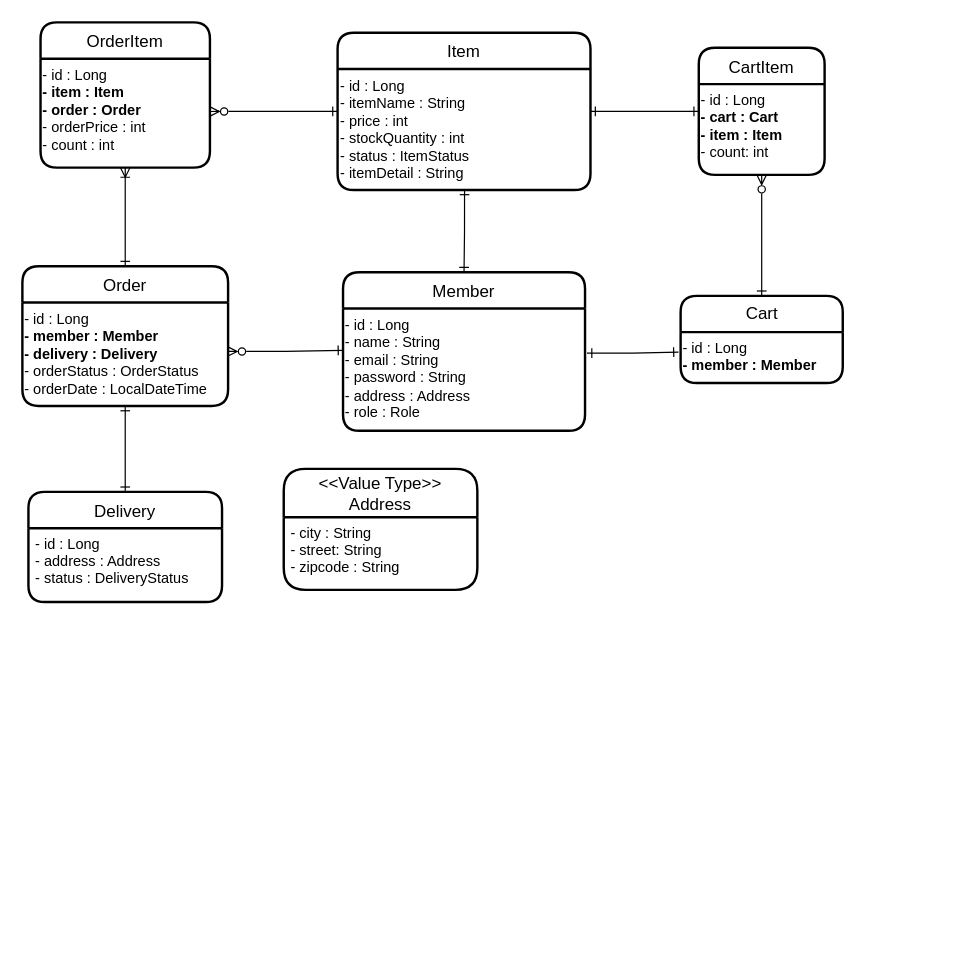
Before: entity_diagram.drawio in dlwldyd/shop, a draw.io diagram. Source tidied: cells renumbered, new cells numbered last; positions are measured from the earlier drawing's top-left corner, leaving out a move shared by most shapes. Both pictures are drawn from the tidied source at 121%, with x=0, y=0 at pixel (22, 22).
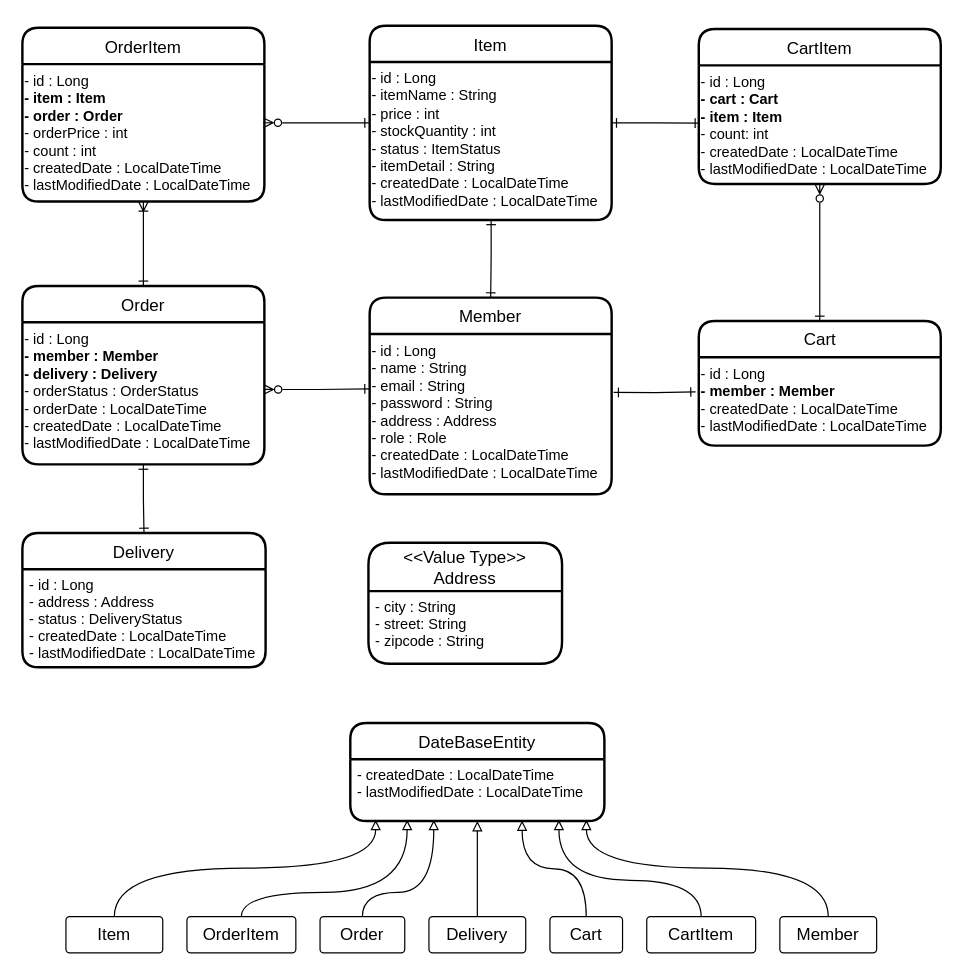
After the change.

The edit, as a diff of the source:
```diff
@@
-    <mxCell id="2" style="edgeStyle=orthogonalEdgeStyle;rounded=0;jettySize=auto;html=1;entryX=0;entryY=0.5;entryDx=0;entryDy=0;startArrow=ERone;startFill=0;endArrow=ERone;endFill=0;" parent="1" edge="1" source="17" target="20">
+    <mxCell id="2" style="edgeStyle=orthogonalEdgeStyle;rounded=0;jettySize=auto;html=1;entryX=0.005;entryY=0.53;entryDx=0;entryDy=0;startArrow=ERone;startFill=0;endArrow=ERone;endFill=0;entryPerimeter=0;" parent="1" edge="1" source="17" target="21">
       <mxGeometry relative="1" as="geometry" />
     </mxCell>
@@
-    <mxCell id="7" style="edgeStyle=orthogonalEdgeStyle;rounded=0;jettySize=auto;html=1;entryX=0.998;entryY=0.485;entryDx=0;entryDy=0;entryPerimeter=0;startArrow=ERone;startFill=0;endArrow=ERzeroToMany;endFill=0;exitX=0;exitY=0.5;exitDx=0;exitDy=0;" parent="1" edge="1" source="17" target="16">
+    <mxCell id="7" style="edgeStyle=orthogonalEdgeStyle;rounded=0;jettySize=auto;html=1;entryX=0.996;entryY=0.427;entryDx=0;entryDy=0;entryPerimeter=0;startArrow=ERone;startFill=0;endArrow=ERzeroToMany;endFill=0;exitX=0;exitY=0.5;exitDx=0;exitDy=0;" parent="1" edge="1" source="17" target="16">
       <mxGeometry relative="1" as="geometry" />
     </mxCell>
     <mxCell id="8" value="&lt;&lt;Value Type&gt;&gt;&#10;Address" style="swimlane;horizontal=1;startSize=40;rounded=1;fontSize=14;fontStyle=0;strokeWidth=2;shadow=0;dashed=0;align=center;glass=0;sketch=0;fillColor=none;html=0;" parent="1" vertex="1">
-      <mxGeometry x="216" y="369" width="160" height="100" as="geometry" />
+      <mxGeometry x="286" y="430" width="160" height="100" as="geometry" />
     </mxCell>
@@
     <mxCell id="10" value="Delivery" style="swimlane;horizontal=1;startSize=30;rounded=1;fontSize=14;fontStyle=0;strokeWidth=2;shadow=0;dashed=0;align=center;glass=0;sketch=0;fillColor=none;html=0;" parent="1" vertex="1">
-      <mxGeometry x="5" y="388" width="160" height="91" as="geometry" />
+      <mxGeometry y="422" width="201" height="111" as="geometry" />
     </mxCell>
+    <mxCell id="27" value="- id : Long&#10;- address : Address&#10;- status : DeliveryStatus&#10;- createdDate : LocalDateTime&#10;- lastModifiedDate : LocalDateTime" style="align=left;strokeColor=none;fillColor=none;spacingLeft=4;fontSize=12;verticalAlign=top;rounded=0;shadow=0;glass=0;sketch=0;html=0;" parent="10" vertex="1">
+      <mxGeometry y="30" width="201" height="81" as="geometry" />
+    </mxCell>
@@
     <mxCell id="12" value="Order" style="swimlane;horizontal=1;startSize=30;rounded=1;fontSize=14;fontStyle=0;strokeWidth=2;shadow=0;dashed=0;align=center;" parent="1" vertex="1">
-      <mxGeometry y="201.5" width="170" height="115.5" as="geometry" />
+      <mxGeometry y="217.8" width="200" height="147.5" as="geometry" />
     </mxCell>
-    <mxCell id="13" value="&lt;div&gt;- id : Long&lt;/div&gt;&lt;b&gt;&lt;div&gt;&lt;b&gt;- member : Member&lt;/b&gt;&lt;/div&gt;&lt;div&gt;&lt;b&gt;- delivery : Delivery&lt;/b&gt;&lt;/div&gt;&lt;/b&gt;&lt;div&gt;- orderStatus : OrderStatus&lt;/div&gt;&lt;div&gt;- orderDate : LocalDateTime&lt;/div&gt;" style="text;html=1;align=left;verticalAlign=top;points=[];strokeColor=none;fillColor=none;horizontal=1;" parent="12" vertex="1">
-      <mxGeometry y="30" width="170" height="85.5" as="geometry" />
+    <mxCell id="13" value="&lt;div&gt;- id : Long&lt;/div&gt;&lt;b&gt;&lt;div&gt;&lt;b&gt;- member : Member&lt;/b&gt;&lt;/div&gt;&lt;div&gt;&lt;b&gt;- delivery : Delivery&lt;/b&gt;&lt;/div&gt;&lt;/b&gt;&lt;div&gt;- orderStatus : OrderStatus&lt;/div&gt;&lt;div&gt;- orderDate : LocalDateTime&lt;/div&gt;&lt;div&gt;- createdDate : LocalDateTime&lt;br style=&quot;padding: 0px ; margin: 0px&quot;&gt;- lastModifiedDate : LocalDateTime&lt;br&gt;&lt;/div&gt;" style="text;html=1;align=left;verticalAlign=top;points=[];strokeColor=none;fillColor=none;horizontal=1;" parent="12" vertex="1">
+      <mxGeometry y="30" width="200" height="117.5" as="geometry" />
     </mxCell>
     <mxCell id="14" value="&lt;div style=&quot;text-align: left&quot;&gt;&lt;br&gt;&lt;/div&gt;" style="text;html=1;align=center;verticalAlign=middle;strokeColor=none;fillColor=none;" parent="1" vertex="1">
-      <mxGeometry x="75" y="262.5" width="20" height="20" as="geometry" />
+      <mxGeometry x="75" y="283.5" width="20" height="20" as="geometry" />
     </mxCell>
     <mxCell id="15" value="OrderItem" style="swimlane;horizontal=1;startSize=30;rounded=1;fontSize=14;fontStyle=0;strokeWidth=2;shadow=0;dashed=0;align=center;" parent="1" vertex="1">
-      <mxGeometry x="15" width="140" height="120" as="geometry" />
+      <mxGeometry y="4.5" width="200" height="143.5" as="geometry" />
     </mxCell>
-    <mxCell id="16" value="&lt;div&gt;- id : Long&lt;/div&gt;&lt;div&gt;&lt;b&gt;- item : Item&lt;/b&gt;&lt;/div&gt;&lt;b&gt;&lt;div&gt;&lt;b&gt;- order : Order&lt;/b&gt;&lt;/div&gt;&lt;/b&gt;&lt;div&gt;- orderPrice : int&lt;/div&gt;&lt;div&gt;- count : int&lt;/div&gt;" style="text;html=1;align=left;verticalAlign=top;points=[];strokeColor=none;fillColor=none;" parent="15" vertex="1">
-      <mxGeometry y="30" width="140" height="90" as="geometry" />
+    <mxCell id="16" value="&lt;div&gt;- id : Long&lt;/div&gt;&lt;div&gt;&lt;b&gt;- item : Item&lt;/b&gt;&lt;/div&gt;&lt;b&gt;&lt;div&gt;&lt;b&gt;- order : Order&lt;/b&gt;&lt;/div&gt;&lt;/b&gt;&lt;div&gt;- orderPrice : int&lt;/div&gt;&lt;div&gt;- count : int&lt;/div&gt;&lt;div&gt;- createdDate : LocalDateTime&lt;br style=&quot;padding: 0px ; margin: 0px&quot;&gt;- lastModifiedDate : LocalDateTime&lt;br&gt;&lt;/div&gt;" style="text;html=1;align=left;verticalAlign=top;points=[];strokeColor=none;fillColor=none;" parent="15" vertex="1">
+      <mxGeometry y="30" width="200" height="113.5" as="geometry" />
     </mxCell>
     <mxCell id="17" value="Item" style="swimlane;horizontal=1;startSize=30;rounded=1;fontSize=14;fontStyle=0;strokeWidth=2;shadow=0;dashed=0;align=center;" parent="1" vertex="1">
-      <mxGeometry x="260.5" y="8.5" width="209" height="130" as="geometry" />
+      <mxGeometry x="287" y="2.8" width="200" height="160.5" as="geometry" />
     </mxCell>
-    <mxCell id="18" value="&lt;span style=&quot;&quot;&gt;- id : Long&lt;/span&gt;&lt;br style=&quot;padding: 0px; margin: 0px;&quot;&gt;&lt;span style=&quot;&quot;&gt;- itemName : String&lt;/span&gt;&lt;br style=&quot;padding: 0px; margin: 0px;&quot;&gt;&lt;span style=&quot;&quot;&gt;- price : int&lt;/span&gt;&lt;br style=&quot;padding: 0px; margin: 0px;&quot;&gt;&lt;span style=&quot;&quot;&gt;- stockQuantity : int&lt;/span&gt;&lt;br style=&quot;padding: 0px; margin: 0px;&quot;&gt;&lt;span style=&quot;&quot;&gt;- status : ItemStatus&lt;/span&gt;&lt;br style=&quot;padding: 0px; margin: 0px;&quot;&gt;&lt;span style=&quot;&quot;&gt;- itemDetail : String&lt;/span&gt;" style="text;html=1;align=left;verticalAlign=top;points=[];strokeColor=none;fillColor=none;" parent="17" vertex="1">
-      <mxGeometry y="30" width="209" height="100" as="geometry" />
+    <mxCell id="18" value="&lt;span&gt;- id : Long&lt;/span&gt;&lt;br style=&quot;padding: 0px ; margin: 0px&quot;&gt;&lt;span&gt;- itemName : String&lt;/span&gt;&lt;br style=&quot;padding: 0px ; margin: 0px&quot;&gt;&lt;span&gt;- price : int&lt;/span&gt;&lt;br style=&quot;padding: 0px ; margin: 0px&quot;&gt;&lt;span&gt;- stockQuantity : int&lt;/span&gt;&lt;br style=&quot;padding: 0px ; margin: 0px&quot;&gt;&lt;span&gt;- status : ItemStatus&lt;/span&gt;&lt;br style=&quot;padding: 0px ; margin: 0px&quot;&gt;&lt;span&gt;- itemDetail : String&lt;br&gt;&lt;/span&gt;- createdDate : LocalDateTime&lt;br style=&quot;padding: 0px ; margin: 0px&quot;&gt;- lastModifiedDate : LocalDateTime&lt;span&gt;&lt;br&gt;&lt;/span&gt;" style="text;html=1;align=left;verticalAlign=top;points=[];strokeColor=none;fillColor=none;" parent="17" vertex="1">
+      <mxGeometry y="30" width="200" height="130.5" as="geometry" />
     </mxCell>
@@
     <mxCell id="20" value="CartItem" style="swimlane;horizontal=1;startSize=30;rounded=1;fontSize=14;fontStyle=0;strokeWidth=2;shadow=0;dashed=0;align=center;" parent="1" vertex="1">
-      <mxGeometry x="559" y="21" width="104" height="105" as="geometry" />
+      <mxGeometry x="559" y="5.5" width="200" height="128" as="geometry" />
     </mxCell>
-    <mxCell id="21" value="&lt;div style=&quot;&quot;&gt;- id : Long&lt;/div&gt;&lt;b&gt;&lt;div style=&quot;&quot;&gt;&lt;b&gt;- cart : Cart&lt;/b&gt;&lt;/div&gt;&lt;div style=&quot;&quot;&gt;&lt;b&gt;- item : Item&lt;/b&gt;&lt;/div&gt;&lt;/b&gt;&lt;div style=&quot;&quot;&gt;- count: int&lt;/div&gt;" style="text;html=1;align=left;verticalAlign=top;points=[];strokeColor=none;fillColor=none;" parent="20" vertex="1">
-      <mxGeometry y="30" width="104" height="60" as="geometry" />
+    <mxCell id="21" value="&lt;div&gt;- id : Long&lt;/div&gt;&lt;b&gt;&lt;div&gt;&lt;b&gt;- cart : Cart&lt;/b&gt;&lt;/div&gt;&lt;div&gt;&lt;b&gt;- item : Item&lt;/b&gt;&lt;/div&gt;&lt;/b&gt;&lt;div&gt;- count: int&lt;/div&gt;&lt;div&gt;- createdDate : LocalDateTime&lt;br style=&quot;padding: 0px ; margin: 0px&quot;&gt;- lastModifiedDate : LocalDateTime&lt;br&gt;&lt;/div&gt;" style="text;html=1;align=left;verticalAlign=top;points=[];strokeColor=none;fillColor=none;" parent="20" vertex="1">
+      <mxGeometry y="30" width="200" height="90" as="geometry" />
     </mxCell>
     <mxCell id="22" value="&lt;div style=&quot;text-align: left&quot;&gt;&lt;br&gt;&lt;/div&gt;" style="text;html=1;align=center;verticalAlign=middle;strokeColor=none;fillColor=none;" parent="20" vertex="1">
-      <mxGeometry y="90" width="104" height="15" as="geometry" />
+      <mxGeometry y="120" width="200" height="8" as="geometry" />
     </mxCell>
     <mxCell id="23" value="Cart" style="swimlane;horizontal=1;startSize=30;rounded=1;fontSize=14;fontStyle=0;strokeWidth=2;shadow=0;dashed=0;align=center;html=1;" parent="1" vertex="1">
-      <mxGeometry x="544" y="226" width="134" height="72" as="geometry" />
+      <mxGeometry x="559" y="246.8" width="200" height="103" as="geometry" />
     </mxCell>
-    <mxCell id="24" value="&lt;div style=&quot;&quot;&gt;- id : Long&lt;/div&gt;&lt;b&gt;&lt;div style=&quot;&quot;&gt;&lt;b&gt;- member : Member&lt;/b&gt;&lt;/div&gt;&lt;/b&gt;" style="text;html=1;align=left;verticalAlign=top;points=[];strokeColor=none;fillColor=none;" parent="23" vertex="1">
-      <mxGeometry y="30" width="134" height="42" as="geometry" />
+    <mxCell id="24" value="&lt;div&gt;- id : Long&lt;/div&gt;&lt;b&gt;&lt;div&gt;&lt;b&gt;- member : Member&lt;/b&gt;&lt;/div&gt;&lt;div&gt;&lt;span style=&quot;font-weight: 400&quot;&gt;- createdDate : LocalDateTime&lt;/span&gt;&lt;br style=&quot;padding: 0px ; margin: 0px ; font-weight: 400&quot;&gt;&lt;span style=&quot;font-weight: 400&quot;&gt;- lastModifiedDate : LocalDateTime&lt;/span&gt;&lt;b&gt;&lt;br&gt;&lt;/b&gt;&lt;/div&gt;&lt;/b&gt;" style="text;html=1;align=left;verticalAlign=top;points=[];strokeColor=none;fillColor=none;" parent="23" vertex="1">
+      <mxGeometry y="30" width="200" height="73" as="geometry" />
     </mxCell>
     <mxCell id="25" value="Member" style="swimlane;horizontal=1;startSize=30;rounded=1;fontSize=14;fontStyle=0;strokeWidth=2;shadow=0;dashed=0;align=center;" parent="1" vertex="1">
-      <mxGeometry x="265" y="206.5" width="200" height="131" as="geometry" />
+      <mxGeometry x="287" y="227.5" width="200" height="162.5" as="geometry" />
     </mxCell>
-    <mxCell id="26" value="&lt;span&gt;- id : Long&lt;/span&gt;&lt;br style=&quot;padding: 0px ; margin: 0px&quot;&gt;&lt;span&gt;- name : String&lt;/span&gt;&lt;br style=&quot;padding: 0px ; margin: 0px&quot;&gt;&lt;span&gt;- email : String&lt;/span&gt;&lt;br style=&quot;padding: 0px ; margin: 0px&quot;&gt;&lt;span&gt;- password : String&lt;/span&gt;&lt;br style=&quot;padding: 0px ; margin: 0px&quot;&gt;&lt;span&gt;- address : Address&lt;/span&gt;&lt;br style=&quot;padding: 0px ; margin: 0px&quot;&gt;&lt;span&gt;- role : Role&lt;/span&gt;" style="text;html=1;align=left;verticalAlign=top;points=[];strokeColor=none;fillColor=none;" parent="25" vertex="1">
-      <mxGeometry y="30" width="200" height="101" as="geometry" />
+    <mxCell id="26" value="&lt;span&gt;- id : Long&lt;/span&gt;&lt;br style=&quot;padding: 0px ; margin: 0px&quot;&gt;&lt;span&gt;- name : String&lt;/span&gt;&lt;br style=&quot;padding: 0px ; margin: 0px&quot;&gt;&lt;span&gt;- email : String&lt;/span&gt;&lt;br style=&quot;padding: 0px ; margin: 0px&quot;&gt;&lt;span&gt;- password : String&lt;/span&gt;&lt;br style=&quot;padding: 0px ; margin: 0px&quot;&gt;&lt;span&gt;- address : Address&lt;/span&gt;&lt;br style=&quot;padding: 0px ; margin: 0px&quot;&gt;&lt;span&gt;- role : Role&lt;br&gt;&lt;/span&gt;- createdDate : LocalDateTime&lt;br style=&quot;padding: 0px ; margin: 0px&quot;&gt;- lastModifiedDate : LocalDateTime&lt;span&gt;&lt;br&gt;&lt;/span&gt;" style="text;html=1;align=left;verticalAlign=top;points=[];strokeColor=none;fillColor=none;" parent="25" vertex="1">
+      <mxGeometry y="30" width="200" height="132.5" as="geometry" />
     </mxCell>
-    <mxCell id="27" value="- id : Long&#10;- address : Address&#10;- status : DeliveryStatus" style="align=left;strokeColor=none;fillColor=none;spacingLeft=4;fontSize=12;verticalAlign=top;rounded=0;shadow=0;glass=0;sketch=0;html=0;" parent="1" vertex="1">
-      <mxGeometry x="5" y="418" width="160" height="90" as="geometry" />
-    </mxCell>
+    <mxCell id="28" style="group;" parent="1" vertex="1">
+      <mxGeometry x="36" y="579" width="670" height="190" as="geometry" />
+    </mxCell>
+    <mxCell id="29" value="&lt;span style=&quot;font-size: 14px&quot;&gt;Delivery&lt;/span&gt;" style="rounded=1;arcSize=10;whiteSpace=wrap;html=1;align=center;fontSize=10;" parent="28" vertex="1">
+      <mxGeometry x="300" y="160" width="80" height="30" as="geometry" />
+    </mxCell>
+    <mxCell id="30" value="&lt;span style=&quot;font-size: 14px&quot;&gt;Cart&lt;/span&gt;" style="rounded=1;arcSize=10;whiteSpace=wrap;html=1;align=center;fontSize=10;" parent="28" vertex="1">
+      <mxGeometry x="400" y="160" width="60" height="30" as="geometry" />
+    </mxCell>
+    <mxCell id="31" value="&lt;span style=&quot;font-size: 14px&quot;&gt;CartItem&lt;/span&gt;" style="rounded=1;arcSize=10;whiteSpace=wrap;html=1;align=center;fontSize=10;" parent="28" vertex="1">
+      <mxGeometry x="480" y="160" width="90" height="30" as="geometry" />
+    </mxCell>
+    <mxCell id="32" style="edgeStyle=orthogonalEdgeStyle;curved=1;jettySize=auto;html=1;fontSize=10;endArrow=block;endFill=0;" parent="28" edge="1" source="33">
+      <mxGeometry relative="1" as="geometry">
+        <mxPoint x="304" y="80" as="targetPoint" />
+        <Array as="points">
+          <mxPoint x="245" y="140" />
+          <mxPoint x="304" y="140" />
+        </Array>
+      </mxGeometry>
+    </mxCell>
+    <mxCell id="33" value="&lt;span style=&quot;font-size: 14px&quot;&gt;Order&lt;/span&gt;" style="rounded=1;arcSize=10;whiteSpace=wrap;html=1;align=center;fontSize=10;" parent="28" vertex="1">
+      <mxGeometry x="210" y="160" width="70" height="30" as="geometry" />
+    </mxCell>
+    <mxCell id="34" style="edgeStyle=orthogonalEdgeStyle;curved=1;jettySize=auto;html=1;fontSize=10;endArrow=block;endFill=0;" parent="28" edge="1" source="35">
+      <mxGeometry relative="1" as="geometry">
+        <mxPoint x="282" y="80" as="targetPoint" />
+        <Array as="points">
+          <mxPoint x="145" y="140" />
+          <mxPoint x="282" y="140" />
+        </Array>
+      </mxGeometry>
+    </mxCell>
+    <mxCell id="35" value="&lt;span style=&quot;font-size: 14px&quot;&gt;OrderItem&lt;/span&gt;" style="rounded=1;arcSize=10;whiteSpace=wrap;html=1;align=center;fontSize=10;" parent="28" vertex="1">
+      <mxGeometry x="100" y="160" width="90" height="30" as="geometry" />
+    </mxCell>
+    <mxCell id="36" value="&lt;span style=&quot;font-size: 14px&quot;&gt;Member&lt;/span&gt;" style="rounded=1;arcSize=10;whiteSpace=wrap;html=1;align=center;fontSize=10;" parent="28" vertex="1">
+      <mxGeometry x="590" y="160" width="80" height="30" as="geometry" />
+    </mxCell>
+    <mxCell id="37" style="edgeStyle=orthogonalEdgeStyle;curved=1;jettySize=auto;html=1;fontSize=10;endArrow=block;endFill=0;" parent="28" edge="1" source="38">
+      <mxGeometry relative="1" as="geometry">
+        <mxPoint x="256" y="80" as="targetPoint" />
+        <Array as="points">
+          <mxPoint x="40" y="120" />
+          <mxPoint x="256" y="120" />
+        </Array>
+      </mxGeometry>
+    </mxCell>
+    <mxCell id="38" value="&lt;span style=&quot;font-size: 14px&quot;&gt;Item&lt;br&gt;&lt;/span&gt;" style="rounded=1;arcSize=10;whiteSpace=wrap;html=1;align=center;fontSize=10;" parent="28" vertex="1">
+      <mxGeometry y="160" width="80" height="30" as="geometry" />
+    </mxCell>
+    <mxCell id="39" value="DateBaseEntity" style="swimlane;horizontal=1;startSize=30;rounded=1;fontSize=14;fontStyle=0;strokeWidth=2;shadow=0;dashed=0;align=center;" parent="28" vertex="1">
+      <mxGeometry x="235" width="210" height="81" as="geometry" />
+    </mxCell>
+    <mxCell id="40" value="- createdDate : LocalDateTime&#10;- lastModifiedDate : LocalDateTime" style="align=left;strokeColor=none;fillColor=none;spacingLeft=4;fontSize=12;verticalAlign=top;" parent="39" vertex="1">
+      <mxGeometry y="30" width="210" height="51" as="geometry" />
+    </mxCell>
+    <mxCell id="41" style="edgeStyle=orthogonalEdgeStyle;curved=1;jettySize=auto;html=1;entryX=0.5;entryY=1;entryDx=0;entryDy=0;fontSize=10;endArrow=block;endFill=0;" parent="28" edge="1" source="29" target="40">
+      <mxGeometry relative="1" as="geometry" />
+    </mxCell>
+    <mxCell id="42" style="edgeStyle=orthogonalEdgeStyle;curved=1;jettySize=auto;html=1;entryX=0.676;entryY=0.992;entryDx=0;entryDy=0;entryPerimeter=0;fontSize=10;endArrow=block;endFill=0;" parent="28" edge="1" source="30" target="40">
+      <mxGeometry relative="1" as="geometry" />
+    </mxCell>
+    <mxCell id="43" style="edgeStyle=orthogonalEdgeStyle;curved=1;jettySize=auto;html=1;entryX=0.821;entryY=0.98;entryDx=0;entryDy=0;entryPerimeter=0;fontSize=10;endArrow=block;endFill=0;" parent="28" edge="1" source="31" target="40">
+      <mxGeometry relative="1" as="geometry">
+        <Array as="points">
+          <mxPoint x="525" y="130" />
+          <mxPoint x="407" y="130" />
+        </Array>
+      </mxGeometry>
+    </mxCell>
+    <mxCell id="44" style="edgeStyle=orthogonalEdgeStyle;curved=1;jettySize=auto;html=1;entryX=0.929;entryY=0.98;entryDx=0;entryDy=0;entryPerimeter=0;fontSize=10;endArrow=block;endFill=0;" parent="28" edge="1" source="36" target="40">
+      <mxGeometry relative="1" as="geometry">
+        <Array as="points">
+          <mxPoint x="630" y="120" />
+          <mxPoint x="430" y="120" />
+        </Array>
+      </mxGeometry>
+    </mxCell>
```
